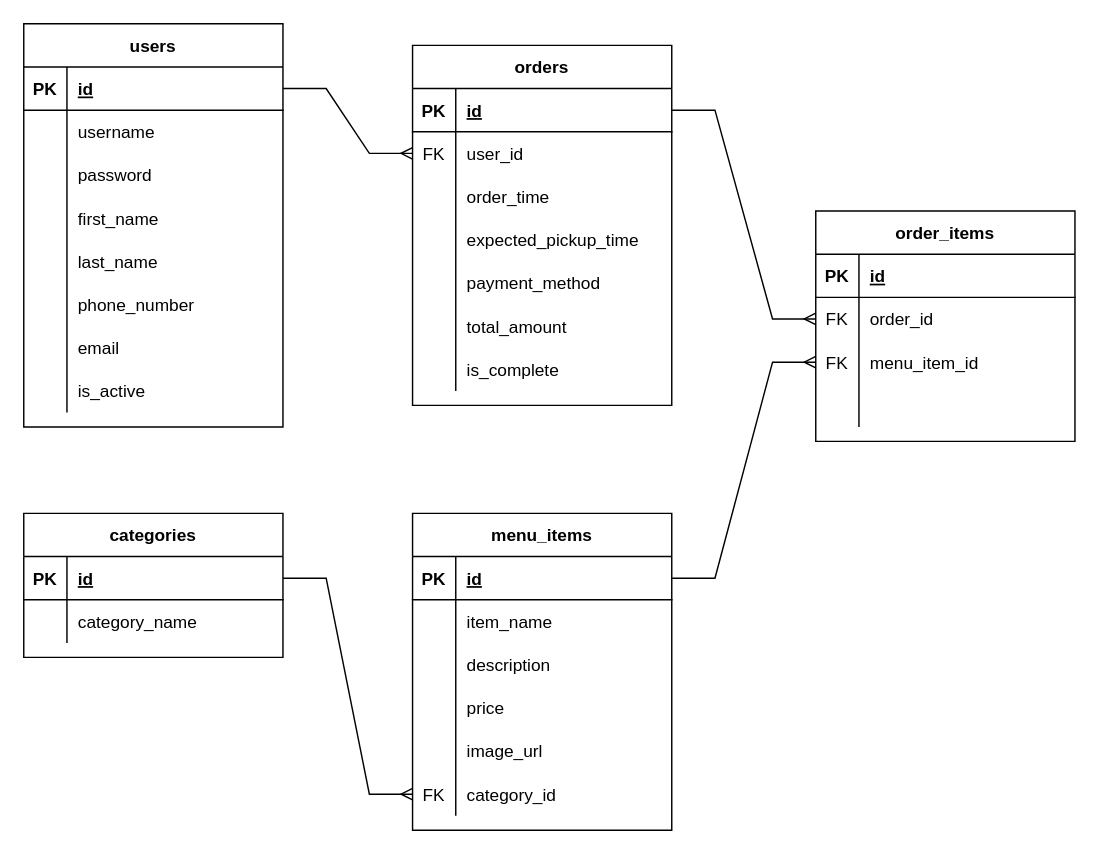
Before: planning/ERD.drawio in ngsv/food-ordering, a draw.io diagram. Source tidied: cells renumbered, new cells numbered last; positions are measured from the earlier drawing's top-left corner, leaving out a move shared by most shapes. Both pictures are drawn from the tidied source at 144%, with x=0, y=0 at pixel (23, 23).
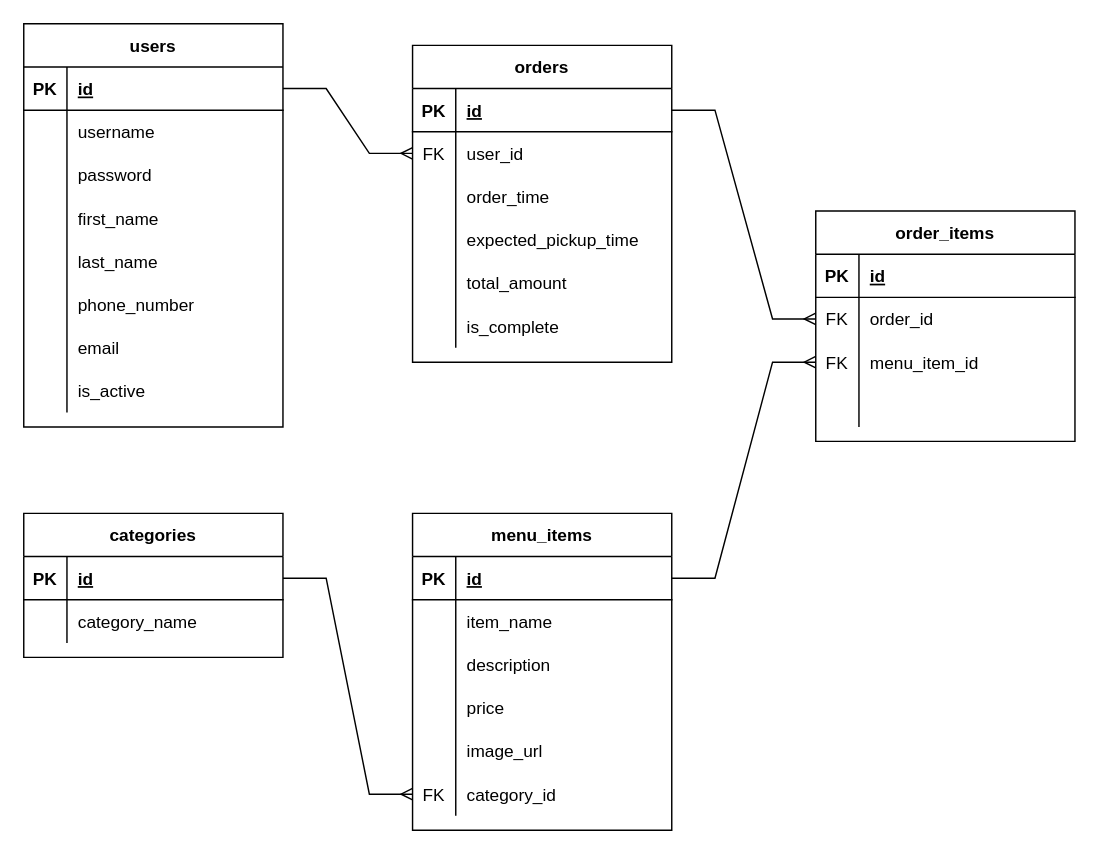
The same diagram, later.

Commit message (it also covers changes not shown here):
Update ERD, created database schema

The edit, as a diff of the source:
```diff
@@
     <mxCell id="54" value="orders" style="shape=table;startSize=30;childLayout=tableLayout;rowLines=0;fontStyle=1;align=center;" parent="1" vertex="1">
-      <mxGeometry x="270" y="15" width="180" height="250" as="geometry" />
+      <mxGeometry x="270" y="15" width="180" height="220" as="geometry" />
     </mxCell>
@@
-    <mxCell id="67" style="shape=tableRow;horizontal=0;startSize=0;swimlaneHead=0;swimlaneBody=0;fillColor=none;top=0;left=0;right=0;bottom=0;" parent="54" vertex="1">
-      <mxGeometry y="150" width="180" height="30" as="geometry" />
-    </mxCell>
-    <mxCell id="68" style="shape=partialRectangle;fillColor=none;top=0;left=0;bottom=0;right=0;overflow=hidden;" parent="67" vertex="1">
-      <mxGeometry width="30" height="30" as="geometry" />
-    </mxCell>
-    <mxCell id="69" value="payment_method" style="shape=partialRectangle;fillColor=none;top=0;left=0;bottom=0;right=0;align=left;spacingLeft=6;overflow=hidden;" parent="67" vertex="1">
-      <mxGeometry x="30" width="150" height="30" as="geometry" />
-    </mxCell>
     <mxCell id="70" style="shape=tableRow;horizontal=0;startSize=0;swimlaneHead=0;swimlaneBody=0;fillColor=none;top=0;left=0;right=0;bottom=0;" parent="54" vertex="1">
-      <mxGeometry y="180" width="180" height="30" as="geometry" />
+      <mxGeometry y="150" width="180" height="30" as="geometry" />
     </mxCell>
@@
     <mxCell id="73" style="shape=tableRow;horizontal=0;startSize=0;swimlaneHead=0;swimlaneBody=0;fillColor=none;top=0;left=0;right=0;bottom=0;" parent="54" vertex="1">
-      <mxGeometry y="210" width="180" height="30" as="geometry" />
+      <mxGeometry y="180" width="180" height="30" as="geometry" />
     </mxCell>
```
